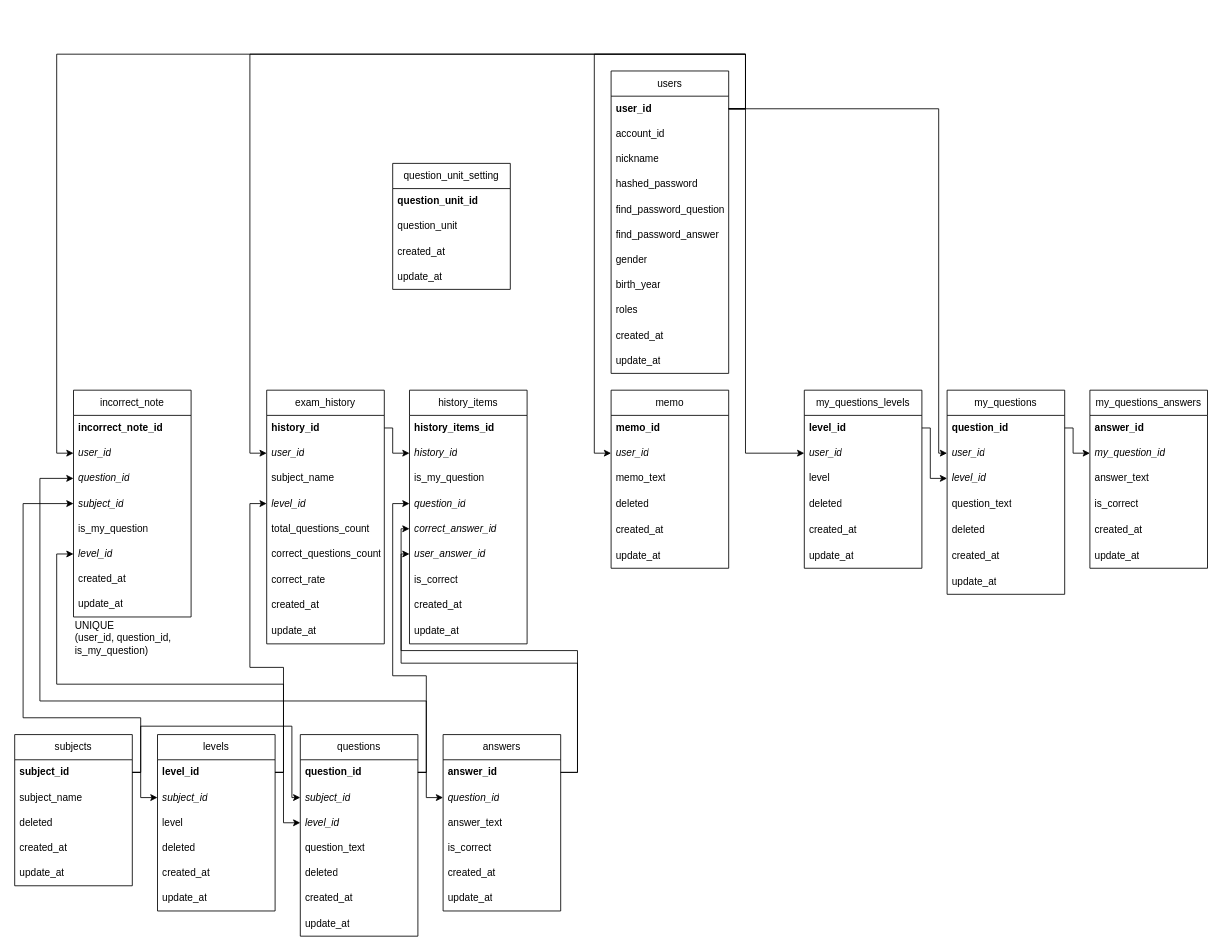
The draw.io diagram 기획/데이터베이스 설계/백엔드 모의고사 데이터 베이스.drawio in EJH506/backend-mock-exam, before the edit. Source tidied: cells renumbered, new cells numbered last; positions are measured from the earlier drawing's top-left corner, leaving out a move shared by most shapes. Both pictures are drawn from the tidied source at 84%, with x=0, y=0 at pixel (14, 54).
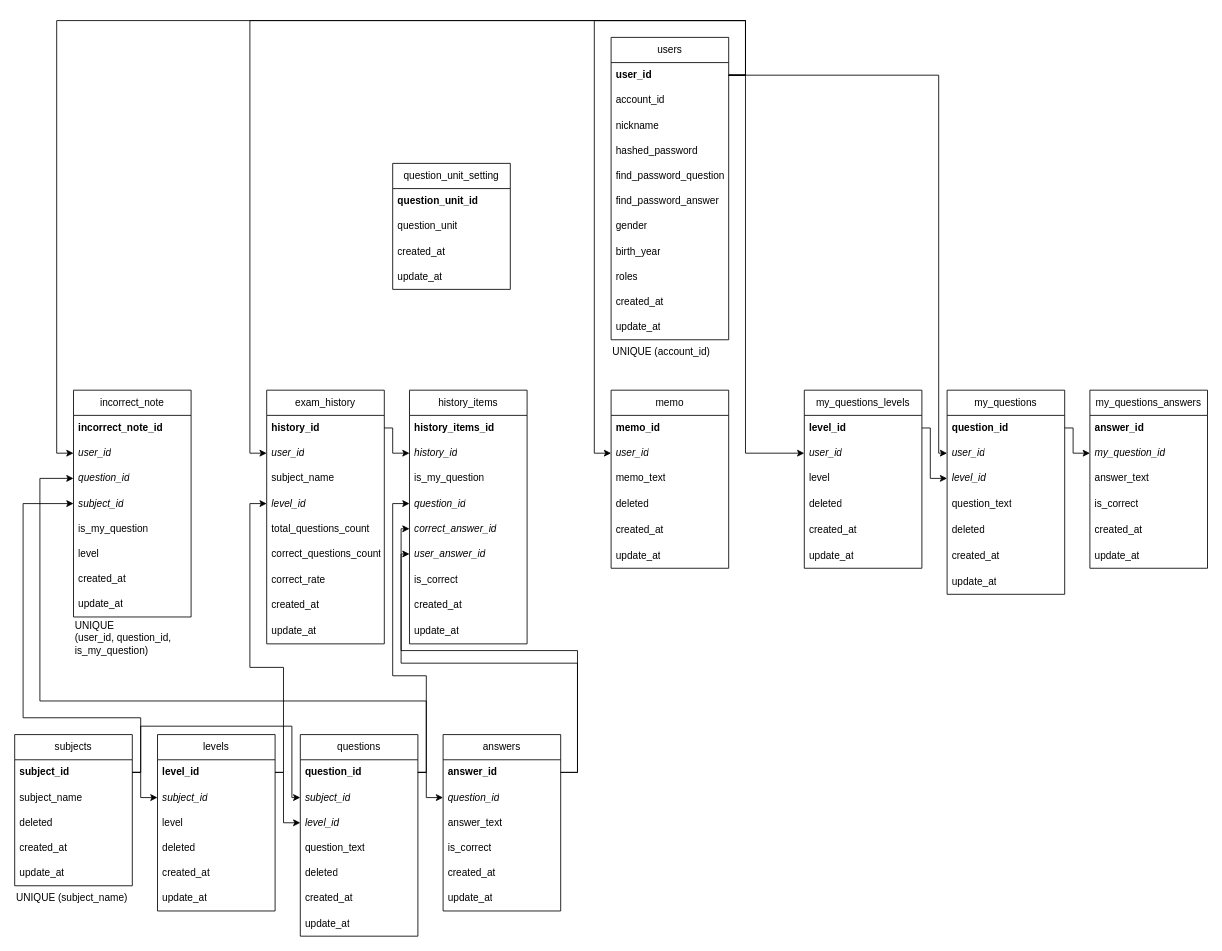
The same page after the edit.

Unchanged cells that the change refers to:
```xml
<mxCell id="3" value="&lt;b&gt;user_id&lt;/b&gt;" style="text;strokeColor=none;fillColor=none;align=left;verticalAlign=middle;spacingLeft=4;spacingRight=4;overflow=hidden;points=[[0,0.5],[1,0.5]];portConstraint=eastwest;whiteSpace=wrap;html=1;" parent="2" vertex="1">
  <mxGeometry y="30" width="140" height="30" as="geometry" />
</mxCell>
<mxCell id="29" value="&lt;b&gt;level_id&lt;/b&gt;" style="text;strokeColor=none;fillColor=none;align=left;verticalAlign=middle;spacingLeft=4;spacingRight=4;overflow=hidden;points=[[0,0.5],[1,0.5]];portConstraint=eastwest;whiteSpace=wrap;html=1;" parent="28" vertex="1">
  <mxGeometry y="30" width="140" height="30" as="geometry" />
</mxCell>
<mxCell id="42" value="incorrect_note" style="swimlane;fontStyle=0;horizontal=1;startSize=30;whiteSpace=wrap;html=1;" parent="1" vertex="1">
  <mxGeometry x="70" y="400" width="140" height="270" as="geometry" />
</mxCell>
<mxCell id="44" value="&lt;i&gt;user_id&lt;/i&gt;" style="text;strokeColor=none;fillColor=none;align=left;verticalAlign=middle;spacingLeft=4;spacingRight=4;overflow=hidden;points=[[0,0.5],[1,0.5]];portConstraint=eastwest;whiteSpace=wrap;html=1;" parent="42" vertex="1">
  <mxGeometry y="60" width="140" height="30" as="geometry" />
</mxCell>
<mxCell id="54" value="&lt;i style=&quot;&quot;&gt;user_id&lt;/i&gt;" style="text;strokeColor=none;fillColor=none;align=left;verticalAlign=middle;spacingLeft=4;spacingRight=4;overflow=hidden;points=[[0,0.5],[1,0.5]];portConstraint=eastwest;whiteSpace=wrap;html=1;" parent="52" vertex="1">
  <mxGeometry y="60" width="140" height="30" as="geometry" />
</mxCell>
<mxCell id="74" value="&lt;i&gt;user_id&lt;/i&gt;" style="text;strokeColor=none;fillColor=none;align=left;verticalAlign=middle;spacingLeft=4;spacingRight=4;overflow=hidden;points=[[0,0.5],[1,0.5]];portConstraint=eastwest;whiteSpace=wrap;html=1;" parent="72" vertex="1">
  <mxGeometry y="60" width="140" height="30" as="geometry" />
</mxCell>
<mxCell id="81" value="&lt;i&gt;user_id&lt;/i&gt;" style="text;strokeColor=none;fillColor=none;align=left;verticalAlign=middle;spacingLeft=4;spacingRight=4;overflow=hidden;points=[[0,0.5],[1,0.5]];portConstraint=eastwest;whiteSpace=wrap;html=1;" parent="79" vertex="1">
  <mxGeometry y="60" width="140" height="30" as="geometry" />
</mxCell>
<mxCell id="88" value="&lt;i&gt;user_id&lt;/i&gt;" style="text;strokeColor=none;fillColor=none;align=left;verticalAlign=middle;spacingLeft=4;spacingRight=4;overflow=hidden;points=[[0,0.5],[1,0.5]];portConstraint=eastwest;whiteSpace=wrap;html=1;" parent="86" vertex="1">
  <mxGeometry y="60" width="140" height="30" as="geometry" />
</mxCell>
```

The edit, as a diff of the source:
```diff
@@
     <mxCell id="2" value="users" style="swimlane;fontStyle=0;horizontal=1;startSize=30;whiteSpace=wrap;html=1;" parent="1" vertex="1">
-      <mxGeometry x="710" y="20" width="140" height="360" as="geometry" />
+      <mxGeometry x="710" y="-20" width="140" height="360" as="geometry" />
     </mxCell>
@@
-    <mxCell id="48" value="&lt;i&gt;level_id&lt;/i&gt;" style="text;strokeColor=none;fillColor=none;align=left;verticalAlign=middle;spacingLeft=4;spacingRight=4;overflow=hidden;points=[[0,0.5],[1,0.5]];portConstraint=eastwest;whiteSpace=wrap;html=1;" parent="42" vertex="1">
-      <mxGeometry y="180" width="140" height="30" as="geometry" />
-    </mxCell>
+    <mxCell id="125" value="level" style="text;strokeColor=none;fillColor=none;align=left;verticalAlign=middle;spacingLeft=4;spacingRight=4;overflow=hidden;whiteSpace=wrap;html=1;" parent="42" vertex="1">
+      <mxGeometry y="180" width="140" height="30" as="geometry" />
+    </mxCell>
@@
     <mxCell id="110" style="edgeStyle=orthogonalEdgeStyle;rounded=0;jettySize=auto;html=1;exitX=1;exitY=0.5;exitDx=0;exitDy=0;entryX=0;entryY=0.5;entryDx=0;entryDy=0;" parent="1" edge="1" source="3" target="44">
       <mxGeometry relative="1" as="geometry">
         <Array as="points">
-          <mxPoint x="870" y="65" />
-          <mxPoint x="870" />
-          <mxPoint x="50" />
+          <mxPoint x="870" y="25" />
+          <mxPoint x="870" y="-40" />
+          <mxPoint x="50" y="-40" />
           <mxPoint x="50" y="475" />
         </Array>
       </mxGeometry>
     </mxCell>
-    <mxCell id="111" style="edgeStyle=orthogonalEdgeStyle;rounded=0;jettySize=auto;html=1;entryX=0;entryY=0.5;entryDx=0;entryDy=0;" parent="1" edge="1" target="54">
+    <mxCell id="111" style="edgeStyle=orthogonalEdgeStyle;rounded=0;jettySize=auto;html=1;entryX=0;entryY=0.5;entryDx=0;entryDy=0;exitX=1;exitY=0.5;exitDx=0;exitDy=0;" parent="1" edge="1" source="3" target="54">
       <mxGeometry relative="1" as="geometry">
-        <mxPoint x="850" y="65" as="sourcePoint" />
         <Array as="points">
-          <mxPoint x="870" y="65" />
-          <mxPoint x="870" />
-          <mxPoint x="280" />
+          <mxPoint x="870" y="25" />
+          <mxPoint x="870" y="-40" />
+          <mxPoint x="280" y="-40" />
           <mxPoint x="280" y="475" />
         </Array>
       </mxGeometry>
     </mxCell>
     <mxCell id="112" style="edgeStyle=orthogonalEdgeStyle;rounded=0;jettySize=auto;html=1;exitX=1;exitY=0.5;exitDx=0;exitDy=0;entryX=0;entryY=0.5;entryDx=0;entryDy=0;" parent="1" edge="1" source="3" target="81">
       <mxGeometry relative="1" as="geometry">
         <Array as="points">
-          <mxPoint x="870" y="65" />
+          <mxPoint x="870" y="25" />
           <mxPoint x="870" y="475" />
         </Array>
       </mxGeometry>
     </mxCell>
     <mxCell id="113" style="edgeStyle=orthogonalEdgeStyle;rounded=0;jettySize=auto;html=1;exitX=1;exitY=0.5;exitDx=0;exitDy=0;entryX=0;entryY=0.5;entryDx=0;entryDy=0;" parent="1" edge="1" source="3" target="88">
       <mxGeometry relative="1" as="geometry">
         <Array as="points">
-          <mxPoint x="1100" y="65" />
+          <mxPoint x="1100" y="25" />
           <mxPoint x="1100" y="475" />
         </Array>
       </mxGeometry>
     </mxCell>
     <mxCell id="114" style="edgeStyle=orthogonalEdgeStyle;rounded=0;jettySize=auto;html=1;entryX=0;entryY=0.5;entryDx=0;entryDy=0;exitX=1;exitY=0.5;exitDx=0;exitDy=0;" parent="1" edge="1" source="3" target="74">
       <mxGeometry relative="1" as="geometry">
         <Array as="points">
-          <mxPoint x="870" y="65" />
-          <mxPoint x="870" />
-          <mxPoint x="690" />
+          <mxPoint x="870" y="25" />
+          <mxPoint x="870" y="-40" />
+          <mxPoint x="690" y="-40" />
           <mxPoint x="690" y="475" />
         </Array>
       </mxGeometry>
     </mxCell>
@@
-    <mxCell id="120" style="edgeStyle=orthogonalEdgeStyle;rounded=0;jettySize=auto;html=1;exitX=1;exitY=0.5;exitDx=0;exitDy=0;entryX=0;entryY=0.5;entryDx=0;entryDy=0;" parent="1" edge="1" source="29" target="48">
-      <mxGeometry relative="1" as="geometry">
-        <Array as="points">
-          <mxPoint x="320" y="855" />
-          <mxPoint x="320" y="750" />
-          <mxPoint x="50" y="750" />
-          <mxPoint x="50" y="595" />
-        </Array>
-      </mxGeometry>
-    </mxCell>
@@
+    <mxCell id="126" value="UNIQUE&amp;nbsp;&lt;span style=&quot;background-color: transparent; color: light-dark(rgb(0, 0, 0), rgb(255, 255, 255));&quot;&gt;(account_id)&lt;/span&gt;" style="text;html=1;align=left;verticalAlign=middle;whiteSpace=wrap;rounded=0;" parent="1" vertex="1">
+      <mxGeometry x="710" y="340" width="140" height="30" as="geometry" />
+    </mxCell>
+    <mxCell id="127" value="UNIQUE&amp;nbsp;&lt;span style=&quot;background-color: transparent; color: light-dark(rgb(0, 0, 0), rgb(255, 255, 255));&quot;&gt;(subject_name)&lt;/span&gt;" style="text;html=1;align=left;verticalAlign=middle;whiteSpace=wrap;rounded=0;" parent="1" vertex="1">
+      <mxGeometry y="990" width="140" height="30" as="geometry" />
+    </mxCell>
```
